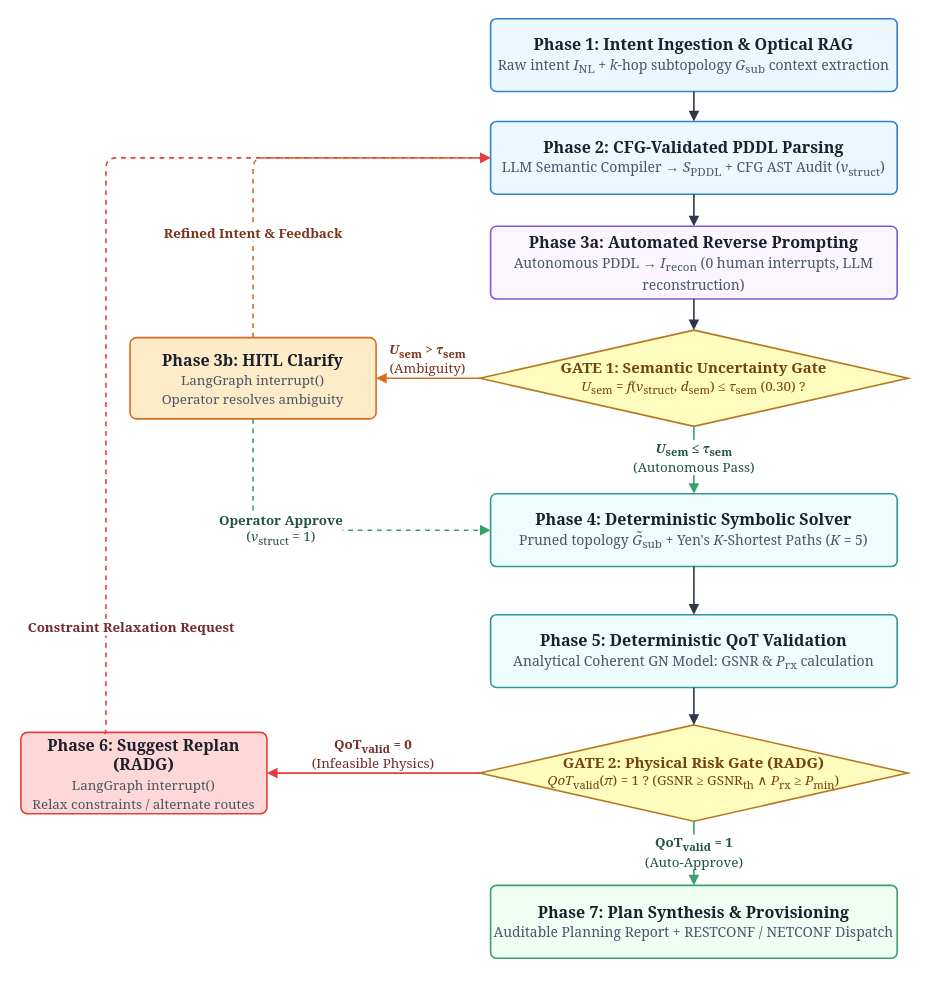
ABADIAb/MultiAgent-ON keeps this draw.io diagram as docs/LLM_Wiki/wiki/thesis_drafts/3_SystemModel/figs_SystemModel/src/diagrams/conceptual_framework.drawio. Above is the earlier version. Source tidied: cells renumbered, new cells numbered last; positions are measured from the earlier drawing's top-left corner, leaving out a move shared by most shapes. Both pictures are drawn from the tidied source at 107%, with x=0, y=0 at pixel (20, 18).
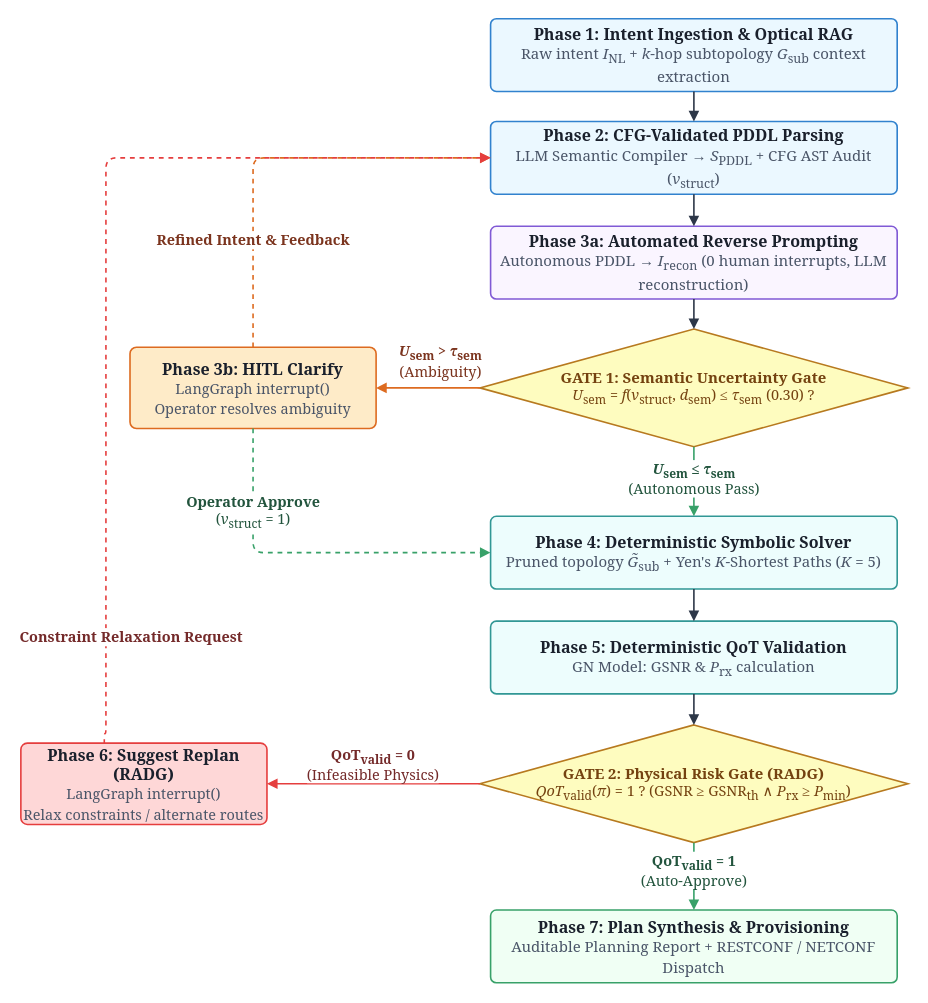
After the change.

Diff of the diagram source:
```diff
@@
-    <mxCell id="2" value="&lt;b&gt;Phase 1: Intent Ingestion &amp;amp; Optical RAG&lt;/b&gt;&lt;br&gt;&lt;font style=&quot;font-size: 13px;&quot; color=&quot;#4A5568&quot;&gt;Raw intent &lt;i&gt;I&lt;/i&gt;&lt;sub&gt;NL&lt;/sub&gt; + &lt;i&gt;k&lt;/i&gt;-hop subtopology &lt;i&gt;G&lt;/i&gt;&lt;sub&gt;sub&lt;/sub&gt; context extraction&lt;/font&gt;" style="rounded=1;whiteSpace=wrap;html=1;arcSize=8;fillColor=#EBF8FF;strokeColor=#3182CE;strokeWidth=1.5;fontFamily=Georgia, Times New Roman, serif;fontSize=15;fontColor=#1A202C;align=center;verticalAlign=middle;" parent="1" vertex="1">
+    <mxCell id="2" value="&lt;b&gt;Phase 1: Intent Ingestion &amp;amp; Optical RAG&lt;/b&gt;&lt;br&gt;&lt;font style=&quot;font-size: 14px;&quot; color=&quot;#4A5568&quot;&gt;Raw intent &lt;i&gt;I&lt;/i&gt;&lt;sub&gt;NL&lt;/sub&gt; + &lt;i&gt;k&lt;/i&gt;-hop subtopology &lt;i&gt;G&lt;/i&gt;&lt;sub&gt;sub&lt;/sub&gt; context extraction&lt;/font&gt;" style="rounded=1;whiteSpace=wrap;html=1;arcSize=8;fillColor=#EBF8FF;strokeColor=#3182CE;strokeWidth=1.5;fontFamily=Georgia, Times New Roman, serif;fontSize=15;fontColor=#1A202C;align=center;verticalAlign=middle;" parent="1" vertex="1">
       <mxGeometry x="439" width="380" height="68" as="geometry" />
     </mxCell>
-    <mxCell id="3" value="&lt;b&gt;Phase 2: CFG-Validated PDDL Parsing&lt;/b&gt;&lt;br&gt;&lt;font style=&quot;font-size: 13px;&quot; color=&quot;#4A5568&quot;&gt;LLM Semantic Compiler → &lt;i&gt;S&lt;/i&gt;&lt;sub&gt;PDDL&lt;/sub&gt; + CFG AST Audit (&lt;i&gt;v&lt;/i&gt;&lt;sub&gt;struct&lt;/sub&gt;)&lt;/font&gt;" style="rounded=1;whiteSpace=wrap;html=1;arcSize=8;fillColor=#EBF8FF;strokeColor=#3182CE;strokeWidth=1.5;fontFamily=Georgia, Times New Roman, serif;fontSize=15;fontColor=#1A202C;align=center;verticalAlign=middle;" parent="1" vertex="1">
+    <mxCell id="3" value="&lt;b&gt;Phase 2: CFG-Validated PDDL Parsing&lt;/b&gt;&lt;br&gt;&lt;font style=&quot;font-size: 14px;&quot; color=&quot;#4A5568&quot;&gt;LLM Semantic Compiler → &lt;i&gt;S&lt;/i&gt;&lt;sub&gt;PDDL&lt;/sub&gt; + CFG AST Audit (&lt;i&gt;v&lt;/i&gt;&lt;sub&gt;struct&lt;/sub&gt;)&lt;/font&gt;" style="rounded=1;whiteSpace=wrap;html=1;arcSize=8;fillColor=#EBF8FF;strokeColor=#3182CE;strokeWidth=1.5;fontFamily=Georgia, Times New Roman, serif;fontSize=15;fontColor=#1A202C;align=center;verticalAlign=middle;" parent="1" vertex="1">
       <mxGeometry x="439" y="96" width="380" height="68" as="geometry" />
     </mxCell>
-    <mxCell id="4" value="&lt;b&gt;Phase 3a: Automated Reverse Prompting&lt;/b&gt;&lt;br&gt;&lt;font style=&quot;font-size: 13px;&quot; color=&quot;#4A5568&quot;&gt;Autonomous PDDL → &lt;i&gt;I&lt;/i&gt;&lt;sub&gt;recon&lt;/sub&gt; (0 human interrupts, LLM reconstruction)&lt;/font&gt;" style="rounded=1;whiteSpace=wrap;html=1;arcSize=8;fillColor=#FAF5FF;strokeColor=#805AD5;strokeWidth=1.5;fontFamily=Georgia, Times New Roman, serif;fontSize=15;fontColor=#1A202C;align=center;verticalAlign=middle;" parent="1" vertex="1">
+    <mxCell id="4" value="&lt;b&gt;Phase 3a: Automated Reverse Prompting&lt;/b&gt;&lt;br&gt;&lt;font style=&quot;font-size: 14px;&quot; color=&quot;#4A5568&quot;&gt;Autonomous PDDL → &lt;i&gt;I&lt;/i&gt;&lt;sub&gt;recon&lt;/sub&gt; (0 human interrupts, LLM reconstruction)&lt;/font&gt;" style="rounded=1;whiteSpace=wrap;html=1;arcSize=8;fillColor=#FAF5FF;strokeColor=#805AD5;strokeWidth=1.5;fontFamily=Georgia, Times New Roman, serif;fontSize=15;fontColor=#1A202C;align=center;verticalAlign=middle;" parent="1" vertex="1">
       <mxGeometry x="439" y="194" width="380" height="68" as="geometry" />
     </mxCell>
-    <mxCell id="5" value="&lt;b&gt;GATE 1: Semantic Uncertainty Gate&lt;/b&gt;&lt;br&gt;&lt;font style=&quot;font-size: 12.5px;&quot;&gt;&lt;i&gt;U&lt;/i&gt;&lt;sub&gt;sem&lt;/sub&gt; = &lt;i&gt;f&lt;/i&gt;(&lt;i&gt;v&lt;/i&gt;&lt;sub&gt;struct&lt;/sub&gt;, &lt;i&gt;d&lt;/i&gt;&lt;sub&gt;sem&lt;/sub&gt;) ≤ &lt;i&gt;τ&lt;/i&gt;&lt;sub&gt;sem&lt;/sub&gt; (0.30) ?&lt;/font&gt;" style="rhombus;whiteSpace=wrap;html=1;fillColor=#FEFCBF;strokeColor=#B7791F;strokeWidth=1.5;fontFamily=Georgia, Times New Roman, serif;fontSize=14;fontColor=#744210;align=center;verticalAlign=middle;" parent="1" vertex="1">
-      <mxGeometry x="429" y="291" width="400" height="90" as="geometry" />
+    <mxCell id="5" value="&lt;b&gt;GATE 1: Semantic Uncertainty Gate&lt;/b&gt;&lt;br&gt;&lt;font style=&quot;font-size: 13.5px;&quot;&gt;&lt;i&gt;U&lt;/i&gt;&lt;sub&gt;sem&lt;/sub&gt; = &lt;i&gt;f&lt;/i&gt;(&lt;i&gt;v&lt;/i&gt;&lt;sub&gt;struct&lt;/sub&gt;, &lt;i&gt;d&lt;/i&gt;&lt;sub&gt;sem&lt;/sub&gt;) ≤ &lt;i&gt;τ&lt;/i&gt;&lt;sub&gt;sem&lt;/sub&gt; (0.30) ?&lt;/font&gt;" style="rhombus;whiteSpace=wrap;html=1;fillColor=#FEFCBF;strokeColor=#B7791F;strokeWidth=1.5;fontFamily=Georgia, Times New Roman, serif;fontSize=14;fontColor=#744210;align=center;verticalAlign=middle;" parent="1" vertex="1">
+      <mxGeometry x="429" y="290" width="400" height="110" as="geometry" />
     </mxCell>
-    <mxCell id="6" value="&lt;b&gt;Phase 3b: HITL Clarify&lt;/b&gt;&lt;br&gt;&lt;font style=&quot;font-size: 12.5px;&quot; color=&quot;#4A5568&quot;&gt;LangGraph interrupt()&lt;br&gt;Operator resolves ambiguity&lt;/font&gt;" style="rounded=1;whiteSpace=wrap;html=1;arcSize=8;fillColor=#FEEBC8;strokeColor=#DD6B20;strokeWidth=1.5;fontFamily=Georgia, Times New Roman, serif;fontSize=15;fontColor=#1A202C;align=center;verticalAlign=middle;" parent="1" vertex="1">
-      <mxGeometry x="102" y="298" width="230" height="76" as="geometry" />
+    <mxCell id="6" value="&lt;b&gt;Phase 3b: HITL Clarify&lt;/b&gt;&lt;br&gt;&lt;font style=&quot;font-size: 13.5px;&quot; color=&quot;#4A5568&quot;&gt;LangGraph interrupt()&lt;br&gt;Operator resolves ambiguity&lt;/font&gt;" style="rounded=1;whiteSpace=wrap;html=1;arcSize=8;fillColor=#FEEBC8;strokeColor=#DD6B20;strokeWidth=1.5;fontFamily=Georgia, Times New Roman, serif;fontSize=15;fontColor=#1A202C;align=center;verticalAlign=middle;" parent="1" vertex="1">
+      <mxGeometry x="102" y="307" width="230" height="76" as="geometry" />
     </mxCell>
-    <mxCell id="7" value="&lt;b&gt;Phase 4: Deterministic Symbolic Solver&lt;/b&gt;&lt;br&gt;&lt;font style=&quot;font-size: 13px;&quot; color=&quot;#4A5568&quot;&gt;Pruned topology &lt;i&gt;G̃&lt;/i&gt;&lt;sub&gt;sub&lt;/sub&gt; + Yen's &lt;i&gt;K&lt;/i&gt;-Shortest Paths (&lt;i&gt;K&lt;/i&gt; = 5)&lt;/font&gt;" style="rounded=1;whiteSpace=wrap;html=1;arcSize=8;fillColor=#EDFDFD;strokeColor=#319795;strokeWidth=1.5;fontFamily=Georgia, Times New Roman, serif;fontSize=15;fontColor=#1A202C;align=center;verticalAlign=middle;" parent="1" vertex="1">
-      <mxGeometry x="439" y="444" width="380" height="68" as="geometry" />
+    <mxCell id="7" value="&lt;b&gt;Phase 4: Deterministic Symbolic Solver&lt;/b&gt;&lt;br&gt;&lt;font style=&quot;font-size: 14px;&quot; color=&quot;#4A5568&quot;&gt;Pruned topology &lt;i&gt;G̃&lt;/i&gt;&lt;sub&gt;sub&lt;/sub&gt; + Yen's &lt;i&gt;K&lt;/i&gt;-Shortest Paths (&lt;i&gt;K&lt;/i&gt; = 5)&lt;/font&gt;" style="rounded=1;whiteSpace=wrap;html=1;arcSize=8;fillColor=#EDFDFD;strokeColor=#319795;strokeWidth=1.5;fontFamily=Georgia, Times New Roman, serif;fontSize=15;fontColor=#1A202C;align=center;verticalAlign=middle;" parent="1" vertex="1">
+      <mxGeometry x="439" y="465" width="380" height="68" as="geometry" />
     </mxCell>
-    <mxCell id="8" value="&lt;b&gt;Phase 5: Deterministic QoT Validation&lt;/b&gt;&lt;br&gt;&lt;font style=&quot;font-size: 13px;&quot; color=&quot;#4A5568&quot;&gt;Analytical Coherent GN Model: GSNR &amp;amp; &lt;i&gt;P&lt;/i&gt;&lt;sub&gt;rx&lt;/sub&gt; calculation&lt;/font&gt;" style="rounded=1;whiteSpace=wrap;html=1;arcSize=8;fillColor=#EDFDFD;strokeColor=#319795;strokeWidth=1.5;fontFamily=Georgia, Times New Roman, serif;fontSize=15;fontColor=#1A202C;align=center;verticalAlign=middle;" parent="1" vertex="1">
-      <mxGeometry x="439" y="557" width="380" height="68" as="geometry" />
+    <mxCell id="8" value="&lt;b&gt;Phase 5: Deterministic QoT Validation&lt;/b&gt;&lt;br&gt;&lt;font style=&quot;font-size: 14px;&quot; color=&quot;#4A5568&quot;&gt;GN Model: GSNR &amp;amp; &lt;i&gt;P&lt;/i&gt;&lt;sub&gt;rx&lt;/sub&gt; calculation&lt;/font&gt;" style="rounded=1;whiteSpace=wrap;html=1;arcSize=8;fillColor=#EDFDFD;strokeColor=#319795;strokeWidth=1.5;fontFamily=Georgia, Times New Roman, serif;fontSize=15;fontColor=#1A202C;align=center;verticalAlign=middle;" parent="1" vertex="1">
+      <mxGeometry x="439" y="563" width="380" height="68" as="geometry" />
     </mxCell>
-    <mxCell id="9" value="&lt;b&gt;GATE 2: Physical Risk Gate (RADG)&lt;/b&gt;&lt;br&gt;&lt;font style=&quot;font-size: 12.5px;&quot;&gt;&lt;i&gt;QoT&lt;/i&gt;&lt;sub&gt;valid&lt;/sub&gt;(&lt;i&gt;π&lt;/i&gt;) = 1 ? (GSNR ≥ GSNR&lt;sub&gt;th&lt;/sub&gt; ∧ &lt;i&gt;P&lt;/i&gt;&lt;sub&gt;rx&lt;/sub&gt; ≥ &lt;i&gt;P&lt;/i&gt;&lt;sub&gt;min&lt;/sub&gt;)&lt;/font&gt;" style="rhombus;whiteSpace=wrap;html=1;fillColor=#FEFCBF;strokeColor=#B7791F;strokeWidth=1.5;fontFamily=Georgia, Times New Roman, serif;fontSize=14;fontColor=#744210;align=center;verticalAlign=middle;" parent="1" vertex="1">
-      <mxGeometry x="429" y="660" width="400" height="90" as="geometry" />
+    <mxCell id="9" value="&lt;b&gt;GATE 2: Physical Risk Gate (RADG)&lt;/b&gt;&lt;br&gt;&lt;font style=&quot;font-size: 13.5px;&quot;&gt;&lt;i&gt;QoT&lt;/i&gt;&lt;sub&gt;valid&lt;/sub&gt;(&lt;i&gt;π&lt;/i&gt;) = 1 ? (GSNR ≥ GSNR&lt;sub&gt;th&lt;/sub&gt; ∧ &lt;i&gt;P&lt;/i&gt;&lt;sub&gt;rx&lt;/sub&gt; ≥ &lt;i&gt;P&lt;/i&gt;&lt;sub&gt;min&lt;/sub&gt;)&lt;/font&gt;" style="rhombus;whiteSpace=wrap;html=1;fillColor=#FEFCBF;strokeColor=#B7791F;strokeWidth=1.5;fontFamily=Georgia, Times New Roman, serif;fontSize=14;fontColor=#744210;align=center;verticalAlign=middle;" parent="1" vertex="1">
+      <mxGeometry x="429" y="660" width="400" height="110" as="geometry" />
     </mxCell>
-    <mxCell id="10" value="&lt;b&gt;Phase 6: Suggest Replan (RADG)&lt;/b&gt;&lt;br&gt;&lt;font style=&quot;font-size: 12.5px;&quot; color=&quot;#4A5568&quot;&gt;LangGraph interrupt()&lt;br&gt;Relax constraints / alternate routes&lt;/font&gt;" style="rounded=1;whiteSpace=wrap;html=1;arcSize=8;fillColor=#FED7D7;strokeColor=#E53E3E;strokeWidth=1.5;fontFamily=Georgia, Times New Roman, serif;fontSize=15;fontColor=#1A202C;align=center;verticalAlign=middle;" parent="1" vertex="1">
-      <mxGeometry y="667" width="230" height="76" as="geometry" />
+    <mxCell id="10" value="&lt;b&gt;Phase 6: Suggest Replan (RADG)&lt;/b&gt;&lt;br&gt;&lt;font style=&quot;font-size: 13.5px;&quot; color=&quot;#4A5568&quot;&gt;LangGraph interrupt()&lt;br&gt;Relax constraints / alternate routes&lt;/font&gt;" style="rounded=1;whiteSpace=wrap;html=1;arcSize=8;fillColor=#FED7D7;strokeColor=#E53E3E;strokeWidth=1.5;fontFamily=Georgia, Times New Roman, serif;fontSize=15;fontColor=#1A202C;align=center;verticalAlign=middle;" parent="1" vertex="1">
+      <mxGeometry y="677" width="230" height="76" as="geometry" />
     </mxCell>
-    <mxCell id="11" value="&lt;b&gt;Phase 7: Plan Synthesis &amp;amp; Provisioning&lt;/b&gt;&lt;br&gt;&lt;font style=&quot;font-size: 13px;&quot; color=&quot;#4A5568&quot;&gt;Auditable Planning Report + RESTCONF / NETCONF Dispatch&lt;/font&gt;" style="rounded=1;whiteSpace=wrap;html=1;arcSize=8;fillColor=#F0FFF4;strokeColor=#38A169;strokeWidth=1.5;fontFamily=Georgia, Times New Roman, serif;fontSize=15;fontColor=#1A202C;align=center;verticalAlign=middle;" parent="1" vertex="1">
-      <mxGeometry x="439" y="810" width="380" height="68" as="geometry" />
+    <mxCell id="11" value="&lt;b&gt;Phase 7: Plan Synthesis &amp;amp; Provisioning&lt;/b&gt;&lt;br&gt;&lt;font style=&quot;font-size: 14px;&quot; color=&quot;#4A5568&quot;&gt;Auditable Planning Report + RESTCONF / NETCONF Dispatch&lt;/font&gt;" style="rounded=1;whiteSpace=wrap;html=1;arcSize=8;fillColor=#F0FFF4;strokeColor=#38A169;strokeWidth=1.5;fontFamily=Georgia, Times New Roman, serif;fontSize=15;fontColor=#1A202C;align=center;verticalAlign=middle;" parent="1" vertex="1">
+      <mxGeometry x="439" y="833" width="380" height="68" as="geometry" />
     </mxCell>
@@
-    <mxCell id="15" value="&lt;b&gt;&lt;i&gt;U&lt;/i&gt;&lt;sub&gt;sem&lt;/sub&gt; &gt; &lt;i&gt;τ&lt;/i&gt;&lt;sub&gt;sem&lt;/sub&gt;&lt;/b&gt;&lt;br&gt;(Ambiguity)" style="edgeStyle=orthogonalEdgeStyle;rounded=1;jettySize=auto;html=1;strokeColor=#DD6B20;strokeWidth=1.5;fontFamily=Georgia, Times New Roman, serif;fontSize=12.5;fontColor=#7B341E;endArrow=block;endFill=1;labelBackgroundColor=#FFFFFF;" parent="1" edge="1" source="5" target="6">
-      <mxGeometry relative="1" as="geometry">
-        <mxPoint y="-18" as="offset" />
-      </mxGeometry>
+    <mxCell id="15" value="&lt;b&gt;&lt;i&gt;U&lt;/i&gt;&lt;sub&gt;sem&lt;/sub&gt; &gt; &lt;i&gt;τ&lt;/i&gt;&lt;sub&gt;sem&lt;/sub&gt;&lt;/b&gt;&lt;br&gt;(Ambiguity)" style="edgeStyle=orthogonalEdgeStyle;rounded=1;jettySize=auto;html=1;strokeColor=#DD6B20;strokeWidth=1.5;fontFamily=Georgia, Times New Roman, serif;fontSize=13.5;fontColor=#7B341E;endArrow=block;endFill=1;labelBackgroundColor=#FFFFFF;" parent="1" edge="1" source="5" target="6">
+      <mxGeometry x="-0.24" y="-25" relative="1" as="geometry" />
     </mxCell>
-    <mxCell id="16" value="&lt;b&gt;Refined Intent &amp;amp; Feedback&lt;/b&gt;" style="edgeStyle=orthogonalEdgeStyle;curved=0;dashed=1;html=1;strokeColor=#DD6B20;strokeWidth=1.5;fontFamily=Georgia, Times New Roman, serif;fontSize=12.5;fontColor=#7B341E;endArrow=block;endFill=1;labelBackgroundColor=#FFFFFF;rounded=1;exitX=0.5;exitY=0;exitDx=0;exitDy=0;" parent="1" edge="1" source="6" target="3">
+    <mxCell id="16" value="&lt;b&gt;Refined Intent &amp;amp; Feedback&lt;/b&gt;" style="edgeStyle=orthogonalEdgeStyle;curved=0;dashed=1;html=1;strokeColor=#DD6B20;strokeWidth=1.5;fontFamily=Georgia, Times New Roman, serif;fontSize=13.5;fontColor=#7B341E;endArrow=block;endFill=1;labelBackgroundColor=#FFFFFF;rounded=1;exitX=0.5;exitY=0;exitDx=0;exitDy=0;" parent="1" edge="1" source="6" target="3">
       <mxGeometry x="-0.5" relative="1" as="geometry">
         <Array as="points">
           <mxPoint x="217" y="130" />
         </Array>
       </mxGeometry>
     </mxCell>
-    <mxCell id="17" value="&lt;b&gt;&lt;i&gt;U&lt;/i&gt;&lt;sub&gt;sem&lt;/sub&gt; ≤ &lt;i&gt;τ&lt;/i&gt;&lt;sub&gt;sem&lt;/sub&gt;&lt;/b&gt;&lt;br&gt;(Autonomous Pass)" style="edgeStyle=orthogonalEdgeStyle;rounded=1;jettySize=auto;html=1;strokeColor=#38A169;strokeWidth=1.5;fontFamily=Georgia, Times New Roman, serif;fontSize=12.5;fontColor=#22543D;endArrow=block;endFill=1;labelBackgroundColor=#FFFFFF;" parent="1" edge="1" source="5" target="7">
+    <mxCell id="17" value="&lt;b&gt;&lt;i&gt;U&lt;/i&gt;&lt;sub&gt;sem&lt;/sub&gt; ≤ &lt;i&gt;τ&lt;/i&gt;&lt;sub&gt;sem&lt;/sub&gt;&lt;/b&gt;&lt;br&gt;(Autonomous Pass)" style="edgeStyle=orthogonalEdgeStyle;rounded=1;jettySize=auto;html=1;strokeColor=#38A169;strokeWidth=1.5;fontFamily=Georgia, Times New Roman, serif;fontSize=13.5;fontColor=#22543D;endArrow=block;endFill=1;labelBackgroundColor=#FFFFFF;" parent="1" edge="1" source="5" target="7">
       <mxGeometry x="-0.08" relative="1" as="geometry" />
     </mxCell>
@@
-    <mxCell id="20" value="&lt;b&gt;QoT&lt;sub&gt;valid&lt;/sub&gt; = 0&lt;/b&gt;&lt;br&gt;(Infeasible Physics)" style="edgeStyle=orthogonalEdgeStyle;rounded=1;jettySize=auto;html=1;strokeColor=#E53E3E;strokeWidth=1.5;fontFamily=Georgia, Times New Roman, serif;fontSize=12.5;fontColor=#742A2A;endArrow=block;endFill=1;labelBackgroundColor=#FFFFFF;" parent="1" edge="1" source="9" target="10">
+    <mxCell id="20" value="&lt;b&gt;QoT&lt;sub&gt;valid&lt;/sub&gt; = 0&lt;/b&gt;&lt;br&gt;(Infeasible Physics)" style="edgeStyle=orthogonalEdgeStyle;rounded=1;jettySize=auto;html=1;strokeColor=#E53E3E;strokeWidth=1.5;fontFamily=Georgia, Times New Roman, serif;fontSize=13.5;fontColor=#742A2A;endArrow=block;endFill=1;labelBackgroundColor=#FFFFFF;" parent="1" edge="1" source="9" target="10">
       <mxGeometry relative="1" as="geometry">
         <mxPoint y="-18" as="offset" />
       </mxGeometry>
     </mxCell>
-    <mxCell id="21" value="&lt;b&gt;Constraint Relaxation Request&lt;/b&gt;" style="edgeStyle=orthogonalEdgeStyle;curved=0;dashed=1;html=1;strokeColor=#E53E3E;strokeWidth=1.5;fontFamily=Georgia, Times New Roman, serif;fontSize=12.5;fontColor=#742A2A;endArrow=block;endFill=1;labelBackgroundColor=#FFFFFF;rounded=1;exitX=0.339;exitY=0.012;exitDx=0;exitDy=0;exitPerimeter=0;entryX=0;entryY=0.5;entryDx=0;entryDy=0;" parent="1" edge="1" source="10" target="3">
+    <mxCell id="21" value="&lt;b&gt;Constraint Relaxation Request&lt;/b&gt;" style="edgeStyle=orthogonalEdgeStyle;curved=0;dashed=1;html=1;strokeColor=#E53E3E;strokeWidth=1.5;fontFamily=Georgia, Times New Roman, serif;fontSize=13.5;fontColor=#742A2A;endArrow=block;endFill=1;labelBackgroundColor=#FFFFFF;rounded=1;exitX=0.339;exitY=0.012;exitDx=0;exitDy=0;exitPerimeter=0;entryX=0;entryY=0.5;entryDx=0;entryDy=0;" parent="1" edge="1" source="10" target="3">
       <mxGeometry x="-0.78" y="-23" relative="1" as="geometry">
         <Array as="points">
           <mxPoint x="79.5" y="667.9" />
           <mxPoint x="79.5" y="130" />
         </Array>
         <mxPoint y="-1" as="offset" />
       </mxGeometry>
     </mxCell>
-    <mxCell id="22" value="&lt;b&gt;QoT&lt;sub&gt;valid&lt;/sub&gt; = 1&lt;/b&gt;&lt;br&gt;(Auto-Approve)" style="edgeStyle=orthogonalEdgeStyle;rounded=1;jettySize=auto;html=1;strokeColor=#38A169;strokeWidth=1.5;fontFamily=Georgia, Times New Roman, serif;fontSize=12.5;fontColor=#22543D;endArrow=block;endFill=1;labelBackgroundColor=#FFFFFF;" parent="1" edge="1" source="9" target="11">
-      <mxGeometry relative="1" as="geometry">
-        <mxPoint y="-1" as="offset" />
-      </mxGeometry>
+    <mxCell id="22" value="&lt;b&gt;QoT&lt;sub&gt;valid&lt;/sub&gt; = 1&lt;/b&gt;&lt;br&gt;(Auto-Approve)" style="edgeStyle=orthogonalEdgeStyle;rounded=1;jettySize=auto;html=1;strokeColor=#38A169;strokeWidth=1.5;fontFamily=Georgia, Times New Roman, serif;fontSize=13.5;fontColor=#22543D;endArrow=block;endFill=1;labelBackgroundColor=#FFFFFF;" parent="1" edge="1" source="9" target="11">
+      <mxGeometry x="-0.18" relative="1" as="geometry" />
     </mxCell>
-    <mxCell id="23" value="&lt;b&gt;Operator Approve&lt;/b&gt;&lt;br&gt;(&lt;i&gt;v&lt;/i&gt;&lt;sub&gt;struct&lt;/sub&gt; = 1)" style="edgeStyle=orthogonalEdgeStyle;curved=0;dashed=1;html=1;strokeColor=#38A169;strokeWidth=1.5;fontFamily=Georgia, Times New Roman, serif;fontSize=12.5;fontColor=#22543D;endArrow=block;endFill=1;labelBackgroundColor=#FFFFFF;rounded=1;exitX=0.5;exitY=1;exitDx=0;exitDy=0;entryX=0;entryY=0.5;entryDx=0;entryDy=0;" parent="1" edge="1" source="6" target="7">
-      <mxGeometry x="-0.2" relative="1" as="geometry">
+    <mxCell id="23" value="&lt;b&gt;Operator Approve&lt;/b&gt;&lt;br&gt;(&lt;i&gt;v&lt;/i&gt;&lt;sub&gt;struct&lt;/sub&gt; = 1)" style="edgeStyle=orthogonalEdgeStyle;curved=0;dashed=1;html=1;strokeColor=#38A169;strokeWidth=1.5;fontFamily=Georgia, Times New Roman, serif;fontSize=13.5;fontColor=#22543D;endArrow=block;endFill=1;labelBackgroundColor=#FFFFFF;rounded=1;exitX=0.5;exitY=1;exitDx=0;exitDy=0;entryX=0;entryY=0.5;entryDx=0;entryDy=0;" parent="1" edge="1" source="6" target="7">
+      <mxGeometry x="-0.54" relative="1" as="geometry">
         <Array as="points">
-          <mxPoint x="217.1" y="478" />
+          <mxPoint x="217" y="499" />
         </Array>
       </mxGeometry>
     </mxCell>
```
